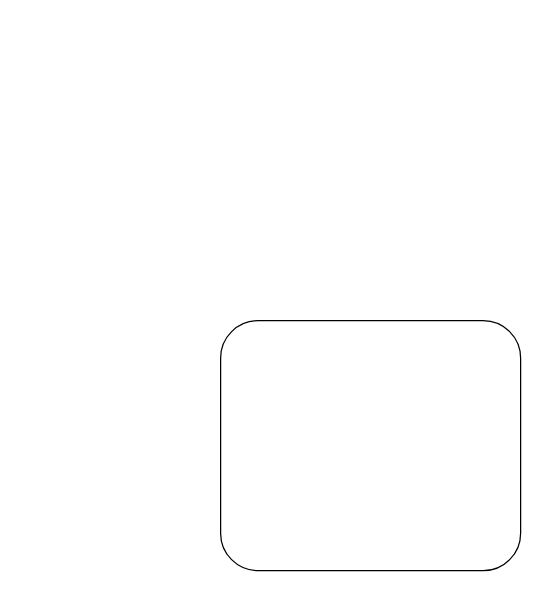
Before: MyHotel.drawio in olimaly/Diagrams, a draw.io diagram. Source tidied: cells renumbered, new cells numbered last; positions are measured from the earlier drawing's top-left corner, leaving out a move shared by most shapes. Both pictures are drawn from the tidied source at 125%, with x=0, y=0 at pixel (220, 320).
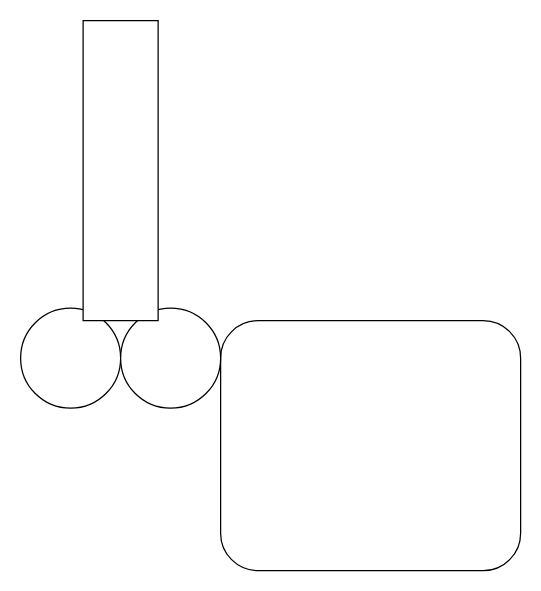
The same page after the edit.

What changed in the source:
```diff
@@
 <mxGraphModel>
   <root>
     <mxCell id="0" />
     <mxCell id="1" parent="0" />
+    <mxCell id="3" style="ellipse;whiteSpace=wrap;html=1;" parent="1" vertex="1">
+      <mxGeometry x="-160" y="-10" width="80" height="80" as="geometry" />
+    </mxCell>
     <mxCell id="2" style="rounded=1;whiteSpace=wrap;html=1;" parent="1" vertex="1">
       <mxGeometry width="240" height="200" as="geometry" />
     </mxCell>
+    <mxCell id="4" style="ellipse;whiteSpace=wrap;html=1;" parent="1" vertex="1">
+      <mxGeometry x="-80" y="-10" width="80" height="80" as="geometry" />
+    </mxCell>
+    <mxCell id="5" style="rounded=0;whiteSpace=wrap;html=1;rotation=-90;" parent="1" vertex="1">
+      <mxGeometry x="-200" y="-150" width="240" height="60" as="geometry" />
+    </mxCell>
   </root>
 </mxGraphModel>
```
